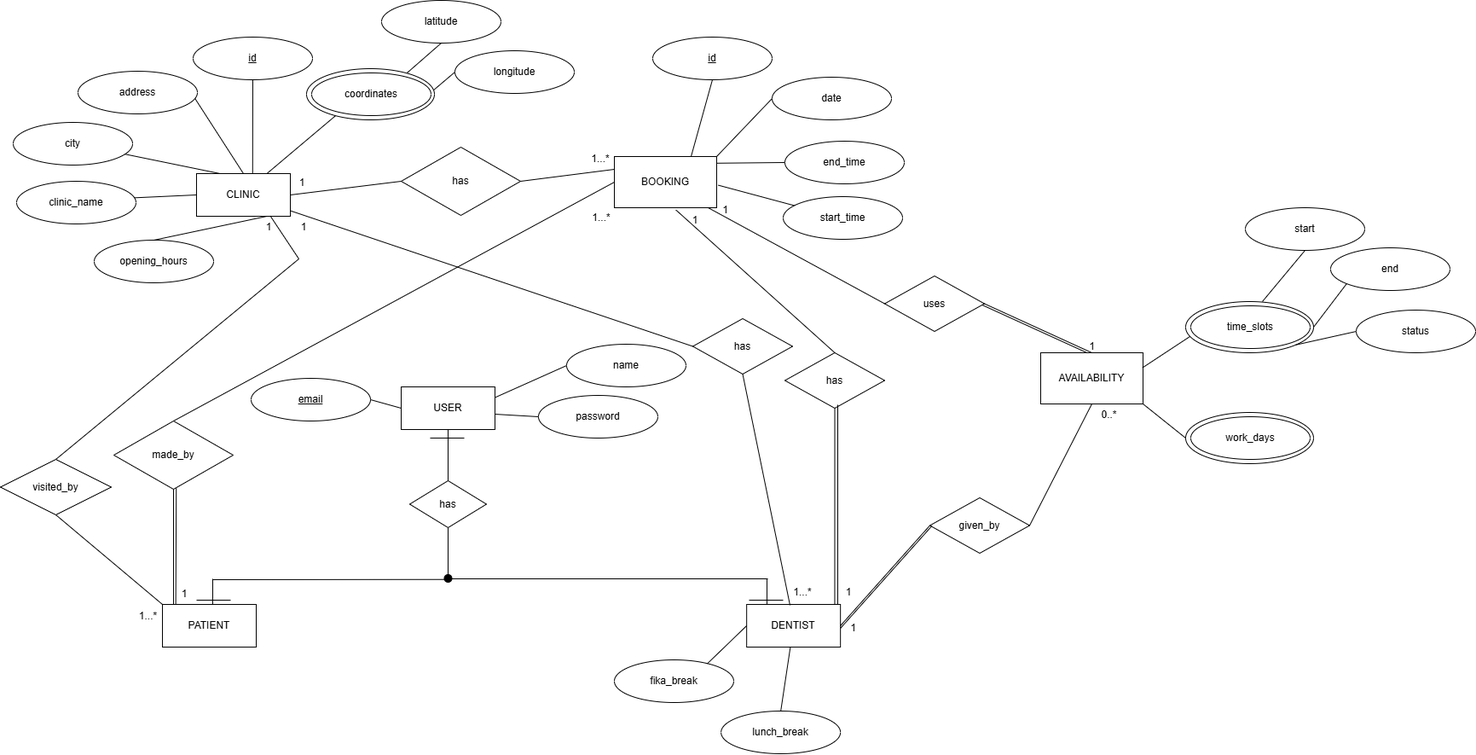
The draw.io diagram docs/architecture/ER-diagram.png in renney-11/pearl-fix, before a commit. Source tidied: cells renumbered, new cells last; positions are measured from the earlier drawing's top-left corner, leaving out a move shared by most shapes.
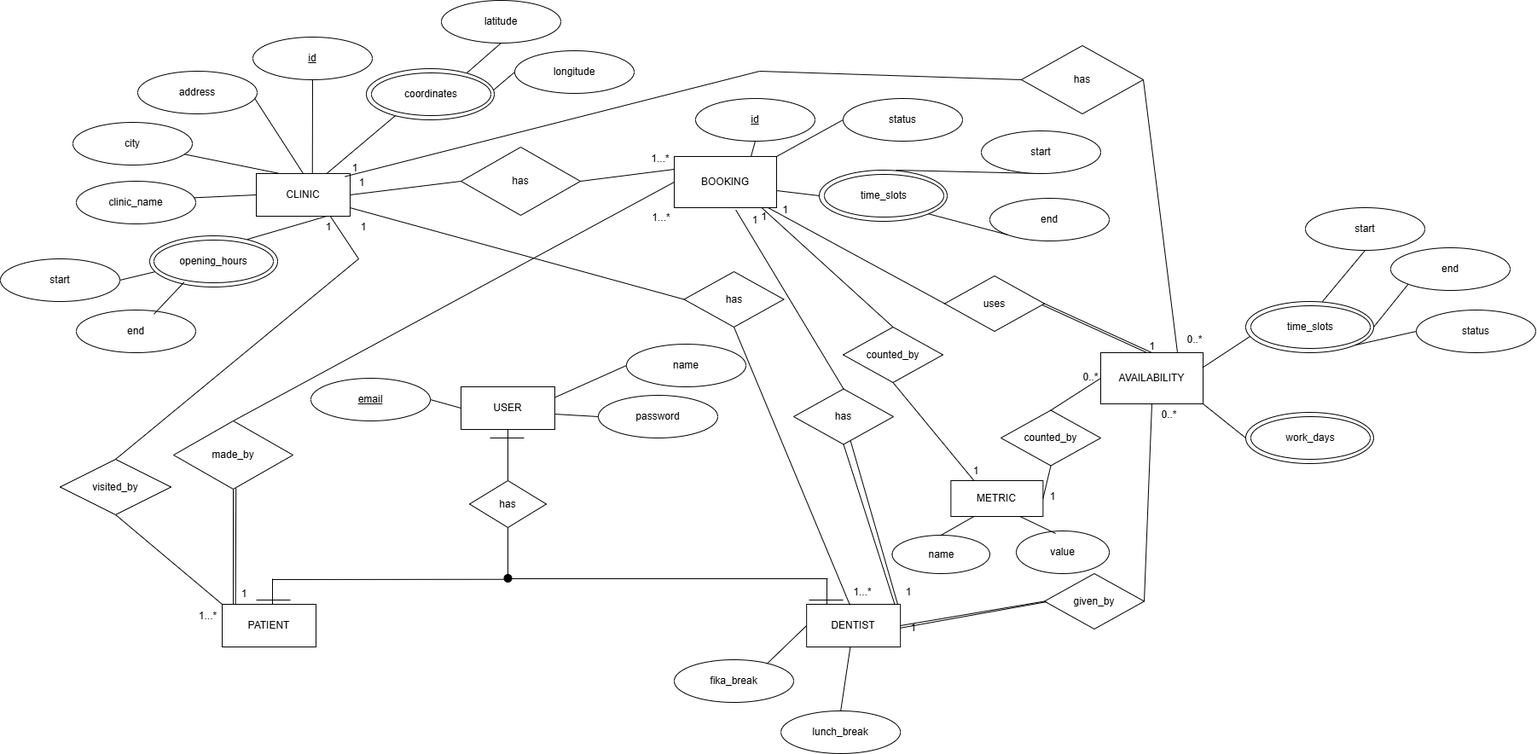
After the commit.

Change to the diagram source:
```diff
@@ -2,6 +2,9 @@
   <root>
     <mxCell id="0" />
     <mxCell id="1" parent="0" />
+    <mxCell id="110" style="ellipse;whiteSpace=wrap;html=1;" parent="1" vertex="1">
+      <mxGeometry x="105" y="276" width="150" height="60" as="geometry" />
+    </mxCell>
     <mxCell id="2" value="CLINIC" style="html=1;whiteSpace=wrap;" parent="1" vertex="1">
       <mxGeometry x="230" y="203" width="110" height="50" as="geometry" />
     </mxCell>
@@ -48,7 +51,7 @@
       <mxGeometry relative="1" as="geometry" />
     </mxCell>
     <mxCell id="17" value="&lt;u&gt;id&lt;/u&gt;" style="ellipse;whiteSpace=wrap;html=1;" parent="1" vertex="1">
-      <mxGeometry x="765" y="43" width="140" height="50" as="geometry" />
+      <mxGeometry x="745" y="115" width="140" height="50" as="geometry" />
     </mxCell>
     <mxCell id="18" style="endArrow=none;html=1;rounded=0;entryX=0.5;entryY=1;entryDx=0;entryDy=0;exitX=0.785;exitY=0.085;exitDx=0;exitDy=0;exitPerimeter=0;" parent="1" edge="1" source="34" target="7">
       <mxGeometry relative="1" as="geometry" />
@@ -59,18 +62,12 @@
     <mxCell id="20" value="name" style="ellipse;whiteSpace=wrap;html=1;" parent="1" vertex="1">
       <mxGeometry x="664" y="403" width="140" height="50" as="geometry" />
     </mxCell>
-    <mxCell id="21" value="date" style="ellipse;whiteSpace=wrap;html=1;" parent="1" vertex="1">
-      <mxGeometry x="905" y="90" width="140" height="50" as="geometry" />
+    <mxCell id="21" value="status" style="ellipse;whiteSpace=wrap;html=1;" parent="1" vertex="1">
+      <mxGeometry x="918" y="115" width="140" height="50" as="geometry" />
     </mxCell>
     <mxCell id="22" style="endArrow=none;html=1;rounded=0;entryX=0.25;entryY=0;entryDx=0;entryDy=0;" parent="1" edge="1" source="10" target="2">
       <mxGeometry relative="1" as="geometry" />
     </mxCell>
-    <mxCell id="23" value="start_time" style="ellipse;whiteSpace=wrap;html=1;" parent="1" vertex="1">
-      <mxGeometry x="918" y="230" width="140" height="50" as="geometry" />
-    </mxCell>
-    <mxCell id="24" value="end_time" style="ellipse;whiteSpace=wrap;html=1;" parent="1" vertex="1">
-      <mxGeometry x="920" y="165" width="140" height="50" as="geometry" />
-    </mxCell>
     <mxCell id="25" style="endArrow=none;html=1;rounded=0;entryX=0.5;entryY=1;entryDx=0;entryDy=0;exitX=0.75;exitY=0;exitDx=0;exitDy=0;" parent="1" edge="1" source="6" target="17">
       <mxGeometry relative="1" as="geometry" />
     </mxCell>
@@ -83,12 +80,6 @@
     <mxCell id="28" value="p&lt;span style=&quot;background-color: initial;&quot;&gt;assword&lt;/span&gt;" style="ellipse;whiteSpace=wrap;html=1;" parent="1" vertex="1">
       <mxGeometry x="631" y="463" width="140" height="50" as="geometry" />
     </mxCell>
-    <mxCell id="29" style="endArrow=none;html=1;rounded=0;entryX=0;entryY=0.5;entryDx=0;entryDy=0;exitX=0.997;exitY=0.13;exitDx=0;exitDy=0;exitPerimeter=0;" parent="1" edge="1" source="6" target="24">
-      <mxGeometry relative="1" as="geometry" />
-    </mxCell>
-    <mxCell id="30" style="endArrow=none;html=1;rounded=0;exitX=1.016;exitY=0.56;exitDx=0;exitDy=0;exitPerimeter=0;" parent="1" edge="1" source="6" target="23">
-      <mxGeometry relative="1" as="geometry" />
-    </mxCell>
     <mxCell id="31" value="lunch_break" style="ellipse;whiteSpace=wrap;html=1;" parent="1" vertex="1">
       <mxGeometry x="845.2" y="833" width="140" height="50" as="geometry" />
     </mxCell>
@@ -136,9 +127,6 @@
     <mxCell id="45" value="has" style="rhombus;whiteSpace=wrap;html=1;" parent="1" vertex="1">
       <mxGeometry x="480" y="563" width="90" height="55" as="geometry" />
     </mxCell>
-    <mxCell id="46" value="has" style="rhombus;whiteSpace=wrap;html=1;" parent="1" vertex="1">
-      <mxGeometry x="920" y="413" width="117" height="65" as="geometry" />
-    </mxCell>
     <mxCell id="47" style="endArrow=none;html=1;rounded=0;entryX=0.5;entryY=1;entryDx=0;entryDy=0;exitX=0.5;exitY=0;exitDx=0;exitDy=0;" parent="1" edge="1" source="45" target="5">
       <mxGeometry relative="1" as="geometry" />
     </mxCell>
@@ -180,7 +168,7 @@
     <mxCell id="57" value="visited_by" style="rhombus;whiteSpace=wrap;html=1;" parent="1" vertex="1">
       <mxGeometry y="538" width="130" height="65" as="geometry" />
     </mxCell>
-    <mxCell id="58" style="endArrow=none;html=1;rounded=0;exitX=0.5;exitY=0;exitDx=0;exitDy=0;entryX=0.75;entryY=1;entryDx=0;entryDy=0;" parent="1" edge="1" source="65" target="2">
+    <mxCell id="58" style="endArrow=none;html=1;rounded=0;exitX=0.781;exitY=-0.017;exitDx=0;exitDy=0;entryX=0.75;entryY=1;entryDx=0;entryDy=0;exitPerimeter=0;" parent="1" edge="1" source="65" target="2">
       <mxGeometry relative="1" as="geometry" />
     </mxCell>
     <mxCell id="59" value="made_by" style="rhombus;whiteSpace=wrap;html=1;" parent="1" vertex="1">
@@ -210,11 +198,6 @@
     <mxCell id="67" value="1" style="text;html=1;align=center;verticalAlign=middle;whiteSpace=wrap;rounded=0;" parent="1" vertex="1">
       <mxGeometry x="336" y="251" width="40" height="30" as="geometry" />
     </mxCell>
-    <mxCell id="68" style="endArrow=none;html=1;rounded=0;exitX=0.971;exitY=-0.001;exitDx=0;exitDy=0;exitPerimeter=0;" parent="1" edge="1" source="4">
-      <mxGeometry relative="1" as="geometry">
-        <mxPoint x="982" y="474" as="targetPoint" />
-      </mxGeometry>
-    </mxCell>
     <mxCell id="69" value="1" style="text;html=1;align=center;verticalAlign=middle;whiteSpace=wrap;rounded=0;" parent="1" vertex="1">
       <mxGeometry x="334" y="199" width="40" height="30" as="geometry" />
     </mxCell>
@@ -222,7 +205,7 @@
       <mxGeometry x="684" y="171" width="40" height="30" as="geometry" />
     </mxCell>
     <mxCell id="71" value="has" style="rhombus;whiteSpace=wrap;html=1;" parent="1" vertex="1">
-      <mxGeometry x="812" y="373" width="117" height="65" as="geometry" />
+      <mxGeometry x="731.5" y="318" width="117" height="65" as="geometry" />
     </mxCell>
     <mxCell id="72" style="endArrow=none;html=1;rounded=0;" parent="1" edge="1">
       <mxGeometry relative="1" as="geometry">
@@ -292,7 +275,7 @@
       <mxGeometry x="1037" y="323" width="117" height="65" as="geometry" />
     </mxCell>
     <mxCell id="88" value="given_by" style="rhombus;whiteSpace=wrap;html=1;" parent="1" vertex="1">
-      <mxGeometry x="1090" y="583" width="117" height="65" as="geometry" />
+      <mxGeometry x="1154" y="672" width="117" height="65" as="geometry" />
     </mxCell>
     <mxCell id="89" style="endArrow=none;html=1;rounded=0;exitX=1;exitY=0;exitDx=0;exitDy=0;entryX=0;entryY=0.5;entryDx=0;entryDy=0;" parent="1" edge="1" source="54" target="87">
       <mxGeometry relative="1" as="geometry" />
@@ -361,5 +344,117 @@
     <mxCell id="109" style="endArrow=none;html=1;rounded=0;entryX=1;entryY=1;entryDx=0;entryDy=0;exitX=0;exitY=0.5;exitDx=0;exitDy=0;" parent="1" edge="1" source="107" target="86">
       <mxGeometry relative="1" as="geometry" />
     </mxCell>
+    <mxCell id="111" value="has" style="rhombus;whiteSpace=wrap;html=1;" parent="1" vertex="1">
+      <mxGeometry x="1127" y="53" width="143" height="80" as="geometry" />
+    </mxCell>
+    <mxCell id="112" style="endArrow=none;html=1;rounded=0;exitX=0;exitY=0.25;exitDx=0;exitDy=0;entryX=0;entryY=0.5;entryDx=0;entryDy=0;" parent="1" edge="1" source="69" target="111">
+      <mxGeometry relative="1" as="geometry">
+        <Array as="points">
+          <mxPoint x="820" y="83" />
+        </Array>
+      </mxGeometry>
+    </mxCell>
+    <mxCell id="113" style="endArrow=none;html=1;rounded=0;exitX=1;exitY=0.5;exitDx=0;exitDy=0;entryX=0.75;entryY=0;entryDx=0;entryDy=0;" parent="1" edge="1" source="111" target="86">
+      <mxGeometry relative="1" as="geometry" />
+    </mxCell>
+    <mxCell id="114" value="1" style="text;html=1;align=center;verticalAlign=middle;whiteSpace=wrap;rounded=0;" parent="1" vertex="1">
+      <mxGeometry x="326" y="182" width="40" height="30" as="geometry" />
+    </mxCell>
+    <mxCell id="115" value="0..*" style="text;html=1;align=center;verticalAlign=middle;strokeColor=none;fillColor=none;" parent="1" vertex="1">
+      <mxGeometry x="1310" y="383" width="40" height="30" as="geometry" />
+    </mxCell>
+    <mxCell id="116" style="group;" parent="1" vertex="1">
+      <mxGeometry x="890" y="199" width="150" height="60" as="geometry" />
+    </mxCell>
+    <mxCell id="117" style="ellipse;whiteSpace=wrap;html=1;" parent="116" vertex="1">
+      <mxGeometry width="150" height="60" as="geometry" />
+    </mxCell>
+    <mxCell id="118" value="time_slots" style="ellipse;whiteSpace=wrap;html=1;" parent="116" vertex="1">
+      <mxGeometry x="6" y="5" width="140" height="50" as="geometry" />
+    </mxCell>
+    <mxCell id="119" style="endArrow=none;html=1;rounded=0;exitX=0.75;exitY=0;exitDx=0;exitDy=0;entryX=0.5;entryY=1;entryDx=0;entryDy=0;" parent="1" edge="1" target="121">
+      <mxGeometry relative="1" as="geometry">
+        <mxPoint x="980" y="199" as="sourcePoint" />
+      </mxGeometry>
+    </mxCell>
+    <mxCell id="120" value="end" style="ellipse;whiteSpace=wrap;html=1;" parent="1" vertex="1">
+      <mxGeometry x="1090" y="232" width="140" height="50" as="geometry" />
+    </mxCell>
+    <mxCell id="121" value="start" style="ellipse;whiteSpace=wrap;html=1;" parent="1" vertex="1">
+      <mxGeometry x="1080" y="153" width="140" height="50" as="geometry" />
+    </mxCell>
+    <mxCell id="122" style="endArrow=none;html=1;rounded=0;entryX=0;entryY=1;entryDx=0;entryDy=0;exitX=1;exitY=1;exitDx=0;exitDy=0;" parent="1" edge="1" source="117" target="120">
+      <mxGeometry relative="1" as="geometry" />
+    </mxCell>
+    <mxCell id="123" style="endArrow=none;html=1;rounded=0;entryX=0;entryY=0.5;entryDx=0;entryDy=0;" parent="1" edge="1" target="117">
+      <mxGeometry relative="1" as="geometry">
+        <mxPoint x="840" y="223" as="sourcePoint" />
+      </mxGeometry>
+    </mxCell>
+    <mxCell id="124" style="endArrow=none;html=1;rounded=0;exitX=0.006;exitY=0.745;exitDx=0;exitDy=0;entryX=1;entryY=0.5;entryDx=0;entryDy=0;exitPerimeter=0;" parent="1" edge="1" source="65" target="126">
+      <mxGeometry relative="1" as="geometry" />
+    </mxCell>
+    <mxCell id="125" value="end" style="ellipse;whiteSpace=wrap;html=1;" parent="1" vertex="1">
+      <mxGeometry x="19" y="363" width="140" height="50" as="geometry" />
+    </mxCell>
+    <mxCell id="126" value="start" style="ellipse;whiteSpace=wrap;html=1;" parent="1" vertex="1">
+      <mxGeometry x="-70" y="303" width="140" height="50" as="geometry" />
+    </mxCell>
+    <mxCell id="127" style="endArrow=none;html=1;rounded=0;entryX=0.251;entryY=0.992;entryDx=0;entryDy=0;exitX=1;exitY=0.5;exitDx=0;exitDy=0;entryPerimeter=0;" parent="1" edge="1" target="65">
+      <mxGeometry relative="1" as="geometry">
+        <mxPoint x="110" y="367.8" as="sourcePoint" />
+      </mxGeometry>
+    </mxCell>
+    <mxCell id="128" style="endArrow=none;html=1;rounded=0;exitX=0.971;exitY=-0.001;exitDx=0;exitDy=0;exitPerimeter=0;" parent="1" edge="1" source="4" target="46">
+      <mxGeometry relative="1" as="geometry" />
+    </mxCell>
+    <mxCell id="46" value="has" style="rhombus;whiteSpace=wrap;html=1;" parent="1" vertex="1">
+      <mxGeometry x="860" y="455.5" width="117" height="65" as="geometry" />
+    </mxCell>
+    <mxCell id="129" value="METRIC" style="rounded=0;whiteSpace=wrap;html=1;" parent="1" vertex="1">
+      <mxGeometry x="1044.4" y="563" width="108" height="42" as="geometry" />
+    </mxCell>
+    <mxCell id="130" value="name" style="ellipse;whiteSpace=wrap;html=1;" parent="1" vertex="1">
+      <mxGeometry x="975.5" y="627" width="114.5" height="45" as="geometry" />
+    </mxCell>
+    <mxCell id="131" value="value" style="ellipse;whiteSpace=wrap;html=1;" parent="1" vertex="1">
+      <mxGeometry x="1121" y="622" width="109" height="50" as="geometry" />
+    </mxCell>
+    <mxCell id="132" style="endArrow=none;html=1;rounded=0;exitX=0.5;exitY=0;exitDx=0;exitDy=0;entryX=0.25;entryY=1;entryDx=0;entryDy=0;" parent="1" edge="1" source="130" target="129">
+      <mxGeometry relative="1" as="geometry" />
+    </mxCell>
+    <mxCell id="133" style="endArrow=none;html=1;rounded=0;entryX=0.75;entryY=1;entryDx=0;entryDy=0;exitX=0.422;exitY=0.058;exitDx=0;exitDy=0;exitPerimeter=0;" parent="1" edge="1" source="131" target="129">
+      <mxGeometry relative="1" as="geometry" />
+    </mxCell>
+    <mxCell id="134" value="counted_by" style="rhombus;whiteSpace=wrap;html=1;" parent="1" vertex="1">
+      <mxGeometry x="918" y="383" width="117" height="65" as="geometry" />
+    </mxCell>
+    <mxCell id="135" style="endArrow=none;html=1;rounded=0;exitX=0.75;exitY=0;exitDx=0;exitDy=0;entryX=0.5;entryY=0;entryDx=0;entryDy=0;" parent="1" edge="1" source="54" target="134">
+      <mxGeometry relative="1" as="geometry" />
+    </mxCell>
+    <mxCell id="136" style="endArrow=none;html=1;rounded=0;exitX=0.25;exitY=0;exitDx=0;exitDy=0;entryX=0.5;entryY=1;entryDx=0;entryDy=0;" parent="1" edge="1" source="129" target="134">
+      <mxGeometry relative="1" as="geometry" />
+    </mxCell>
+    <mxCell id="137" value="counted_by" style="rhombus;whiteSpace=wrap;html=1;" parent="1" vertex="1">
+      <mxGeometry x="1103" y="480.5" width="117" height="65" as="geometry" />
+    </mxCell>
+    <mxCell id="138" style="endArrow=none;html=1;rounded=0;entryX=0;entryY=0.5;entryDx=0;entryDy=0;exitX=0.5;exitY=0;exitDx=0;exitDy=0;" parent="1" edge="1" source="137" target="86">
+      <mxGeometry relative="1" as="geometry" />
+    </mxCell>
+    <mxCell id="139" style="endArrow=none;html=1;rounded=0;exitX=1;exitY=0.5;exitDx=0;exitDy=0;entryX=0.5;entryY=1;entryDx=0;entryDy=0;" parent="1" edge="1" source="129" target="137">
+      <mxGeometry relative="1" as="geometry" />
+    </mxCell>
+    <mxCell id="140" value="1" style="text;html=1;align=center;verticalAlign=middle;whiteSpace=wrap;rounded=0;" parent="1" vertex="1">
+      <mxGeometry x="818" y="239" width="15" height="30" as="geometry" />
+    </mxCell>
+    <mxCell id="141" value="1" style="text;html=1;align=center;verticalAlign=middle;whiteSpace=wrap;rounded=0;" parent="1" vertex="1">
+      <mxGeometry x="1064" y="537" width="20" height="30" as="geometry" />
+    </mxCell>
+    <mxCell id="142" value="1" style="text;html=1;align=center;verticalAlign=middle;whiteSpace=wrap;rounded=0;" parent="1" vertex="1">
+      <mxGeometry x="1154" y="567" width="20" height="30" as="geometry" />
+    </mxCell>
+    <mxCell id="143" value="0..*" style="text;html=1;align=center;verticalAlign=middle;strokeColor=none;fillColor=none;" parent="1" vertex="1">
+      <mxGeometry x="1188" y="427" width="40" height="30" as="geometry" />
+    </mxCell>
   </root>
 </mxGraphModel>
```
